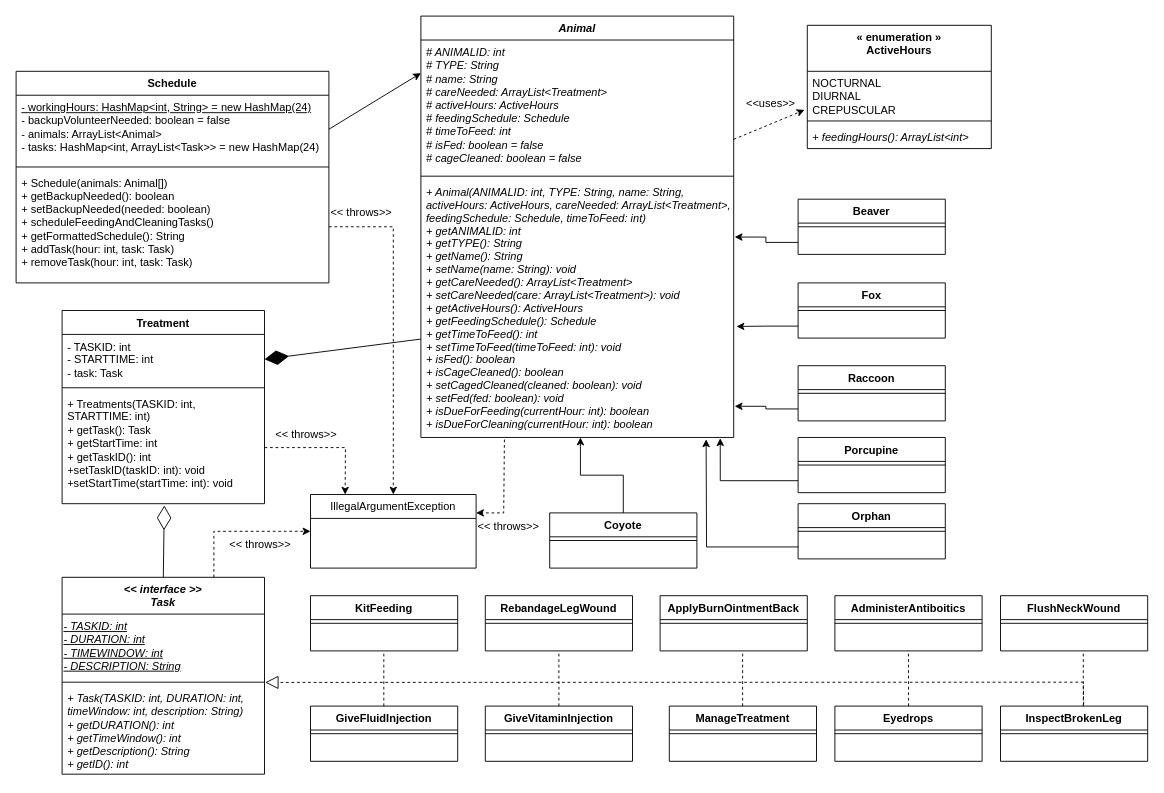
The draw.io diagram 64.drawio in aryan-karadia/Mock-Schedule-Builder, before the edit. Source tidied: cells renumbered, new cells numbered last; positions are measured from the earlier drawing's top-left corner, leaving out a move shared by most shapes. Both pictures are drawn from the tidied source at 92%, with x=0, y=0 at pixel (16, 16).
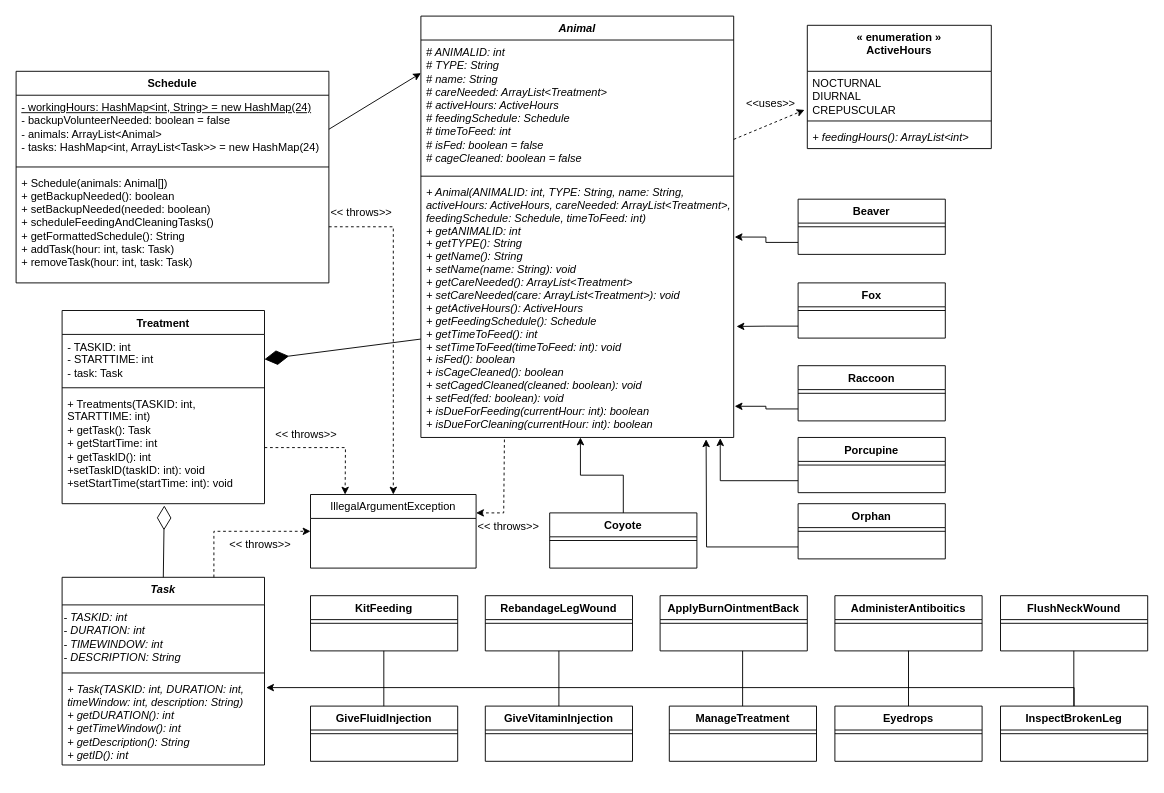
The same page after the edit.

Commit message:
Task is abstract class

The change refers to these unchanged cells:
```xml
<mxCell id="65" value="&lt;br&gt;&lt;br&gt;" style="text;strokeColor=none;fillColor=none;align=left;verticalAlign=top;spacingLeft=4;spacingRight=4;overflow=hidden;points=[[0,0.5],[1,0.5]];portConstraint=eastwest;whiteSpace=wrap;html=1;" parent="63" vertex="1">
  <mxGeometry y="34" width="160" height="26" as="geometry" />
</mxCell>
<mxCell id="78" value="Eyedrops" style="swimlane;fontStyle=1;align=center;verticalAlign=top;horizontal=1;startSize=26;whiteSpace=wrap;html=1;" parent="1" vertex="1">
  <mxGeometry x="890" y="750" width="160" height="60" as="geometry" />
</mxCell>
<mxCell id="81" value="InspectBrokenLeg" style="swimlane;fontStyle=1;align=center;verticalAlign=top;horizontal=1;startSize=26;whiteSpace=wrap;html=1;" parent="1" vertex="1">
  <mxGeometry x="1070" y="750" width="160" height="60" as="geometry" />
</mxCell>
```

Diff of the diagram source:
```diff
@@
-    <mxCell id="10" value="&amp;lt;&amp;lt; interface &amp;gt;&amp;gt;&lt;br&gt;Task" style="swimlane;fontStyle=3;align=center;verticalAlign=top;horizontal=1;startSize=40;whiteSpace=wrap;html=1;" parent="1" vertex="1">
-      <mxGeometry x="50" y="610" width="220" height="214" as="geometry" />
+    <mxCell id="10" value="Task" style="swimlane;fontStyle=3;align=center;verticalAlign=top;horizontal=1;startSize=30;whiteSpace=wrap;html=1;" parent="1" vertex="1">
+      <mxGeometry x="50" y="610" width="220" height="204" as="geometry" />
     </mxCell>
-    <mxCell id="11" value="&lt;div style=&quot;&quot;&gt;&lt;span style=&quot;background-color: initial;&quot;&gt;&lt;u&gt;- TASKID: int&lt;/u&gt;&lt;/span&gt;&lt;/div&gt;&lt;div style=&quot;&quot;&gt;&lt;span style=&quot;background-color: initial;&quot;&gt;&lt;u&gt;- DURATION: int&lt;/u&gt;&lt;/span&gt;&lt;/div&gt;&lt;div style=&quot;&quot;&gt;&lt;span style=&quot;background-color: initial;&quot;&gt;&lt;u&gt;- TIMEWINDOW: int&lt;/u&gt;&lt;/span&gt;&lt;/div&gt;&lt;div style=&quot;&quot;&gt;&lt;span style=&quot;background-color: initial;&quot;&gt;&lt;u&gt;- DESCRIPTION: String&lt;/u&gt;&lt;/span&gt;&lt;/div&gt;" style="text;html=1;align=left;verticalAlign=middle;points=[];strokeColor=none;fillColor=none;fontStyle=2;" parent="10" vertex="1">
-      <mxGeometry y="40" width="220" height="70" as="geometry" />
+    <mxCell id="11" value="&lt;div style=&quot;&quot;&gt;&lt;span style=&quot;background-color: initial;&quot;&gt;- TASKID: int&lt;/span&gt;&lt;/div&gt;&lt;div style=&quot;&quot;&gt;&lt;span style=&quot;background-color: initial;&quot;&gt;- DURATION: int&lt;/span&gt;&lt;/div&gt;&lt;div style=&quot;&quot;&gt;&lt;span style=&quot;background-color: initial;&quot;&gt;- TIMEWINDOW: int&lt;/span&gt;&lt;/div&gt;&lt;div style=&quot;&quot;&gt;&lt;span style=&quot;background-color: initial;&quot;&gt;- DESCRIPTION: String&lt;/span&gt;&lt;/div&gt;" style="text;html=1;align=left;verticalAlign=middle;points=[];strokeColor=none;fillColor=none;fontStyle=2;" parent="10" vertex="1">
+      <mxGeometry y="30" width="220" height="70" as="geometry" />
     </mxCell>
     <mxCell id="12" style="line;strokeWidth=1;fillColor=none;align=left;verticalAlign=middle;spacingTop=-1;spacingLeft=3;spacingRight=3;labelPosition=right;strokeColor=inherit;" parent="10" vertex="1">
-      <mxGeometry y="110" width="220" height="8" as="geometry" />
+      <mxGeometry y="100" width="220" height="8" as="geometry" />
     </mxCell>
     <mxCell id="13" value="+ Task(TASKID: int, DURATION: int, timeWindow: int, description: String)&lt;br&gt;+ getDURATION(): int&lt;br&gt;+ getTimeWindow(): int&lt;br&gt;+ getDescription(): String&lt;br&gt;+ getID(): int" style="text;strokeColor=none;fillColor=none;align=left;verticalAlign=top;spacingLeft=4;spacingRight=4;overflow=hidden;points=[[0,0.5],[1,0.5]];portConstraint=eastwest;whiteSpace=wrap;html=1;fontStyle=2;" parent="10" vertex="1">
-      <mxGeometry y="118" width="220" height="96" as="geometry" />
+      <mxGeometry y="108" width="220" height="96" as="geometry" />
     </mxCell>
@@
+    <mxCell id="96" style="edgeStyle=orthogonalEdgeStyle;rounded=0;jettySize=auto;html=1;entryX=1.008;entryY=0.124;entryDx=0;entryDy=0;entryPerimeter=0;" parent="1" edge="1" source="81" target="13">
+      <mxGeometry relative="1" as="geometry">
+        <Array as="points">
+          <mxPoint x="1150" y="730" />
+        </Array>
+      </mxGeometry>
+    </mxCell>
@@
-    <mxCell id="84" style="endArrow=block;dashed=1;endFill=0;endSize=12;html=1;rounded=0;entryX=1.003;entryY=1.061;entryDx=0;entryDy=0;entryPerimeter=0;exitX=0.565;exitY=-0.027;exitDx=0;exitDy=0;exitPerimeter=0;" parent="1" edge="1" source="81" target="11">
-      <mxGeometry relative="1" as="geometry">
-        <Array as="points">
-          <mxPoint x="1160" y="724" />
-        </Array>
-      </mxGeometry>
-    </mxCell>
-    <mxCell id="85" style="endArrow=none;dashed=1;html=1;rounded=0;exitX=0.5;exitY=0;exitDx=0;exitDy=0;entryX=0.5;entryY=0.991;entryDx=0;entryDy=0;entryPerimeter=0;" parent="1" edge="1" source="78" target="65">
+    <mxCell id="85" style="endArrow=none;html=1;rounded=0;exitX=0.5;exitY=0;exitDx=0;exitDy=0;entryX=0.5;entryY=0.991;entryDx=0;entryDy=0;entryPerimeter=0;" parent="1" edge="1" source="78" target="65">
       <mxGeometry relative="1" as="geometry" />
     </mxCell>
-    <mxCell id="86" style="endArrow=none;dashed=1;html=1;rounded=0;exitX=0.5;exitY=0;exitDx=0;exitDy=0;entryX=0.5;entryY=0.991;entryDx=0;entryDy=0;entryPerimeter=0;" parent="1" edge="1">
+    <mxCell id="86" style="endArrow=none;html=1;rounded=0;exitX=0.5;exitY=0;exitDx=0;exitDy=0;entryX=0.5;entryY=0.991;entryDx=0;entryDy=0;entryPerimeter=0;" parent="1" edge="1">
       <mxGeometry relative="1" as="geometry">
         <mxPoint x="789.7" y="750" as="sourcePoint" />
         <mxPoint x="789.7" y="690" as="targetPoint" />
       </mxGeometry>
     </mxCell>
-    <mxCell id="87" style="endArrow=none;dashed=1;html=1;rounded=0;exitX=0.5;exitY=0;exitDx=0;exitDy=0;entryX=0.5;entryY=0.991;entryDx=0;entryDy=0;entryPerimeter=0;" parent="1" edge="1">
+    <mxCell id="87" style="endArrow=none;html=1;rounded=0;exitX=0.5;exitY=0;exitDx=0;exitDy=0;entryX=0.5;entryY=0.991;entryDx=0;entryDy=0;entryPerimeter=0;" parent="1" edge="1">
       <mxGeometry relative="1" as="geometry">
         <mxPoint x="590" y="750" as="sourcePoint" />
         <mxPoint x="590" y="690" as="targetPoint" />
       </mxGeometry>
     </mxCell>
-    <mxCell id="88" style="endArrow=none;dashed=1;html=1;rounded=0;exitX=0.5;exitY=0;exitDx=0;exitDy=0;entryX=0.5;entryY=0.991;entryDx=0;entryDy=0;entryPerimeter=0;" parent="1" edge="1">
+    <mxCell id="88" style="endArrow=none;html=1;rounded=0;exitX=0.5;exitY=0;exitDx=0;exitDy=0;entryX=0.5;entryY=0.991;entryDx=0;entryDy=0;entryPerimeter=0;" parent="1" edge="1">
       <mxGeometry relative="1" as="geometry">
         <mxPoint x="399.7" y="750" as="sourcePoint" />
         <mxPoint x="399.7" y="690" as="targetPoint" />
       </mxGeometry>
     </mxCell>
-    <mxCell id="89" style="endArrow=none;dashed=1;html=1;rounded=0;exitX=0.5;exitY=0;exitDx=0;exitDy=0;entryX=0.5;entryY=0.991;entryDx=0;entryDy=0;entryPerimeter=0;" parent="1" edge="1">
-      <mxGeometry relative="1" as="geometry">
-        <mxPoint x="1160" y="750" as="sourcePoint" />
-        <mxPoint x="1160" y="690" as="targetPoint" />
-      </mxGeometry>
-    </mxCell>
@@
+    <mxCell id="97" style="endArrow=none;html=1;rounded=0;exitX=0.5;exitY=0;exitDx=0;exitDy=0;entryX=0.5;entryY=0.991;entryDx=0;entryDy=0;entryPerimeter=0;" parent="1" edge="1">
+      <mxGeometry relative="1" as="geometry">
+        <mxPoint x="1149.7" y="750" as="sourcePoint" />
+        <mxPoint x="1149.7" y="690" as="targetPoint" />
+      </mxGeometry>
+    </mxCell>
```
